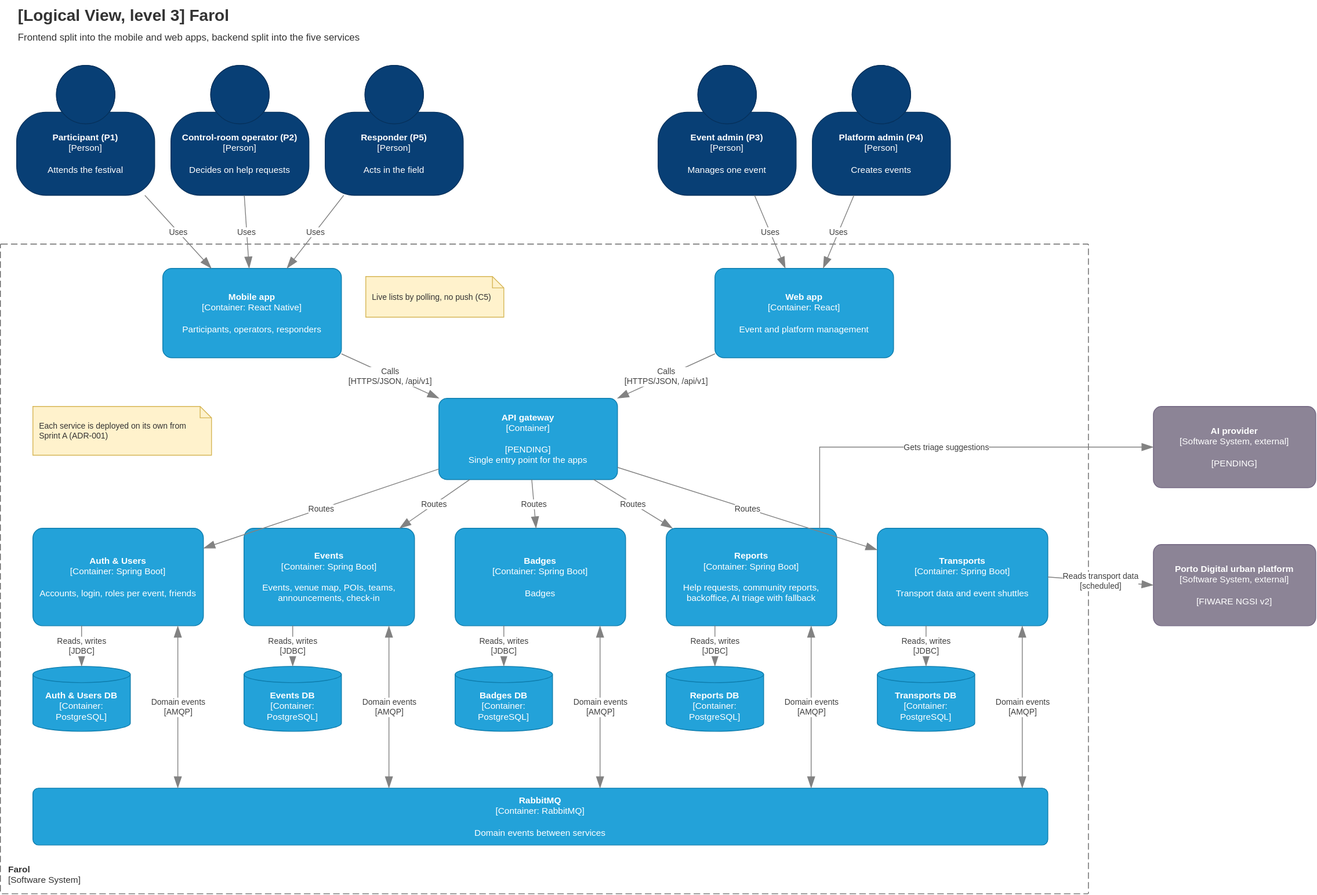
Earlier version of the draw.io export Docs/Technical/diagrams/logical-view-level-3.drawio.svg (tomasoliveira21/LABDSOF). Source tidied: cells renumbered, new cells last; positions are measured from the earlier drawing's top-left corner, leaving out a move shared by most shapes.
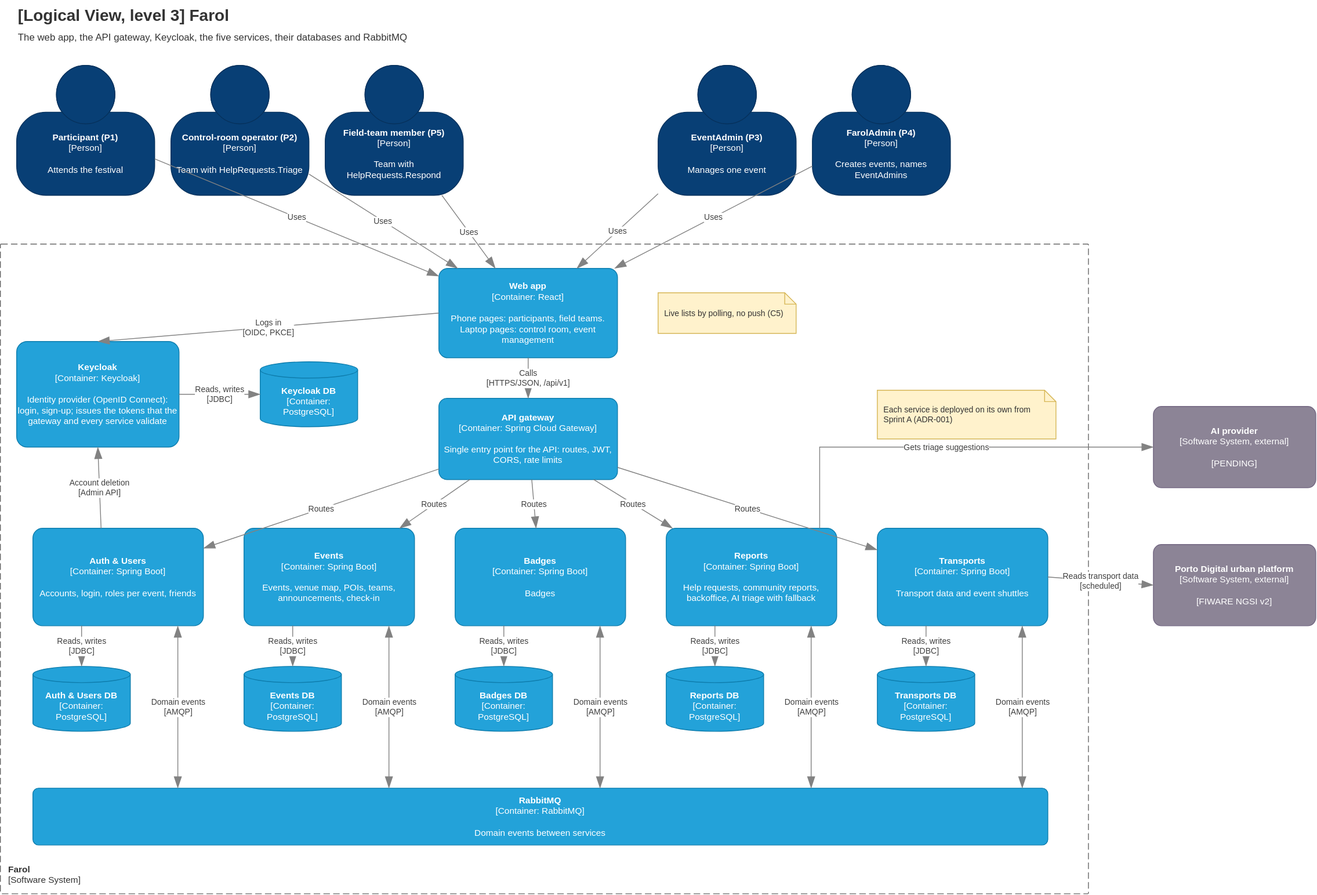
The same diagram one commit later.

The edit, as a diff of the source:
```diff
@@ -2,34 +2,31 @@
   <root>
     <mxCell id="0" />
     <mxCell id="1" parent="0" />
-    <mxCell id="2" value="&lt;b&gt;[Logical View, level 3] Farol&lt;/b&gt;&lt;br&gt;&lt;font style=&quot;font-size:12px&quot;&gt;Frontend split into the mobile and web apps, backend split into the five services&lt;/font&gt;" style="text;html=1;align=left;verticalAlign=top;fontSize=20;fontColor=#333333;" parent="1" vertex="1">
+    <mxCell id="2" value="&lt;b&gt;[Logical View, level 3] Farol&lt;/b&gt;&lt;br&gt;&lt;font style=&quot;font-size:12px&quot;&gt;The web app, the API gateway, Keycloak, the five services, their databases and RabbitMQ&lt;/font&gt;" style="text;html=1;align=left;verticalAlign=top;fontSize=20;fontColor=#333333;" parent="1" vertex="1">
       <mxGeometry x="20" width="1000" height="60" as="geometry" />
     </mxCell>
     <mxCell id="3" value="&lt;b&gt;Participant (P1)&lt;/b&gt;&lt;div&gt;[Person]&lt;/div&gt;&lt;br&gt;&lt;div&gt;Attends the festival&lt;/div&gt;" style="html=1;fontSize=11;whiteSpace=wrap;fillColor=#083F75;strokeColor=#06315C;fontColor=#ffffff;shape=mxgraph.c4.person2;align=center;" parent="1" vertex="1">
       <mxGeometry x="20" y="80" width="170" height="160" as="geometry" />
     </mxCell>
-    <mxCell id="4" value="&lt;b&gt;Control-room operator (P2)&lt;/b&gt;&lt;div&gt;[Person]&lt;/div&gt;&lt;br&gt;&lt;div&gt;Decides on help requests&lt;/div&gt;" style="html=1;fontSize=11;whiteSpace=wrap;fillColor=#083F75;strokeColor=#06315C;fontColor=#ffffff;shape=mxgraph.c4.person2;align=center;" parent="1" vertex="1">
+    <mxCell id="4" value="&lt;b&gt;Control-room operator (P2)&lt;/b&gt;&lt;div&gt;[Person]&lt;/div&gt;&lt;br&gt;&lt;div&gt;Team with HelpRequests.Triage&lt;/div&gt;" style="html=1;fontSize=11;whiteSpace=wrap;fillColor=#083F75;strokeColor=#06315C;fontColor=#ffffff;shape=mxgraph.c4.person2;align=center;" parent="1" vertex="1">
       <mxGeometry x="210" y="80" width="170" height="160" as="geometry" />
     </mxCell>
-    <mxCell id="5" value="&lt;b&gt;Responder (P5)&lt;/b&gt;&lt;div&gt;[Person]&lt;/div&gt;&lt;br&gt;&lt;div&gt;Acts in the field&lt;/div&gt;" style="html=1;fontSize=11;whiteSpace=wrap;fillColor=#083F75;strokeColor=#06315C;fontColor=#ffffff;shape=mxgraph.c4.person2;align=center;" parent="1" vertex="1">
+    <mxCell id="5" value="&lt;b&gt;Field-team member (P5)&lt;/b&gt;&lt;div&gt;[Person]&lt;/div&gt;&lt;br&gt;&lt;div&gt;Team with HelpRequests.Respond&lt;/div&gt;" style="html=1;fontSize=11;whiteSpace=wrap;fillColor=#083F75;strokeColor=#06315C;fontColor=#ffffff;shape=mxgraph.c4.person2;align=center;" parent="1" vertex="1">
       <mxGeometry x="400" y="80" width="170" height="160" as="geometry" />
     </mxCell>
-    <mxCell id="6" value="&lt;b&gt;Event admin (P3)&lt;/b&gt;&lt;div&gt;[Person]&lt;/div&gt;&lt;br&gt;&lt;div&gt;Manages one event&lt;/div&gt;" style="html=1;fontSize=11;whiteSpace=wrap;fillColor=#083F75;strokeColor=#06315C;fontColor=#ffffff;shape=mxgraph.c4.person2;align=center;" parent="1" vertex="1">
+    <mxCell id="6" value="&lt;b&gt;EventAdmin (P3)&lt;/b&gt;&lt;div&gt;[Person]&lt;/div&gt;&lt;br&gt;&lt;div&gt;Manages one event&lt;/div&gt;" style="html=1;fontSize=11;whiteSpace=wrap;fillColor=#083F75;strokeColor=#06315C;fontColor=#ffffff;shape=mxgraph.c4.person2;align=center;" parent="1" vertex="1">
       <mxGeometry x="810" y="80" width="170" height="160" as="geometry" />
     </mxCell>
-    <mxCell id="7" value="&lt;b&gt;Platform admin (P4)&lt;/b&gt;&lt;div&gt;[Person]&lt;/div&gt;&lt;br&gt;&lt;div&gt;Creates events&lt;/div&gt;" style="html=1;fontSize=11;whiteSpace=wrap;fillColor=#083F75;strokeColor=#06315C;fontColor=#ffffff;shape=mxgraph.c4.person2;align=center;" parent="1" vertex="1">
+    <mxCell id="7" value="&lt;b&gt;FarolAdmin (P4)&lt;/b&gt;&lt;div&gt;[Person]&lt;/div&gt;&lt;br&gt;&lt;div&gt;Creates events, names EventAdmins&lt;/div&gt;" style="html=1;fontSize=11;whiteSpace=wrap;fillColor=#083F75;strokeColor=#06315C;fontColor=#ffffff;shape=mxgraph.c4.person2;align=center;" parent="1" vertex="1">
       <mxGeometry x="1000" y="80" width="170" height="160" as="geometry" />
     </mxCell>
     <mxCell id="8" value="&lt;b&gt;Farol&lt;/b&gt;&lt;br&gt;[Software System]" style="rounded=1;arcSize=2;absoluteArcSize=1;whiteSpace=wrap;html=1;dashed=1;dashPattern=8 4;fillColor=none;strokeColor=#666666;fontColor=#333333;align=left;verticalAlign=bottom;spacing=10;fontSize=11;" parent="1" vertex="1">
       <mxGeometry y="300" width="1340" height="800" as="geometry" />
     </mxCell>
-    <mxCell id="9" value="&lt;b&gt;Mobile app&lt;/b&gt;&lt;div&gt;[Container: React Native]&lt;/div&gt;&lt;br&gt;&lt;div&gt;Participants, operators, responders&lt;/div&gt;" style="rounded=1;whiteSpace=wrap;html=1;fillColor=#23A2D9;fontColor=#ffffff;arcSize=10;strokeColor=#0E7DAD;fontSize=11;" parent="1" vertex="1">
-      <mxGeometry x="200" y="330" width="220" height="110" as="geometry" />
-    </mxCell>
-    <mxCell id="10" value="&lt;b&gt;Web app&lt;/b&gt;&lt;div&gt;[Container: React]&lt;/div&gt;&lt;br&gt;&lt;div&gt;Event and platform management&lt;/div&gt;" style="rounded=1;whiteSpace=wrap;html=1;fillColor=#23A2D9;fontColor=#ffffff;arcSize=10;strokeColor=#0E7DAD;fontSize=11;" parent="1" vertex="1">
-      <mxGeometry x="880" y="330" width="220" height="110" as="geometry" />
+    <mxCell id="10" value="&lt;b&gt;Web app&lt;/b&gt;&lt;div&gt;[Container: React]&lt;/div&gt;&lt;br&gt;&lt;div&gt;Phone pages: participants, field teams. Laptop pages: control room, event management&lt;/div&gt;" style="rounded=1;whiteSpace=wrap;html=1;fillColor=#23A2D9;fontColor=#ffffff;arcSize=10;strokeColor=#0E7DAD;fontSize=11;" parent="1" vertex="1">
+      <mxGeometry x="540" y="330" width="220" height="110" as="geometry" />
     </mxCell>
-    <mxCell id="11" value="&lt;b&gt;API gateway&lt;/b&gt;&lt;div&gt;[Container]&lt;/div&gt;&lt;br&gt;&lt;div&gt;[PENDING]&lt;br&gt;Single entry point for the apps&lt;/div&gt;" style="rounded=1;whiteSpace=wrap;html=1;fillColor=#23A2D9;fontColor=#ffffff;arcSize=10;strokeColor=#0E7DAD;fontSize=11;" parent="1" vertex="1">
+    <mxCell id="11" value="&lt;b&gt;API gateway&lt;/b&gt;&lt;div&gt;[Container: Spring Cloud Gateway]&lt;/div&gt;&lt;br&gt;&lt;div&gt;Single entry point for the API: routes, JWT, CORS, rate limits&lt;/div&gt;" style="rounded=1;whiteSpace=wrap;html=1;fillColor=#23A2D9;fontColor=#ffffff;arcSize=10;strokeColor=#0E7DAD;fontSize=11;" parent="1" vertex="1">
       <mxGeometry x="540" y="490" width="220" height="100" as="geometry" />
     </mxCell>
     <mxCell id="12" value="&lt;b&gt;Auth &amp;amp; Users&lt;/b&gt;&lt;div&gt;[Container: Spring Boot]&lt;/div&gt;&lt;br&gt;&lt;div&gt;Accounts, login, roles per event, friends&lt;/div&gt;" style="rounded=1;whiteSpace=wrap;html=1;fillColor=#23A2D9;fontColor=#ffffff;arcSize=10;strokeColor=#0E7DAD;fontSize=11;" parent="1" vertex="1">
@@ -71,24 +68,12 @@
     <mxCell id="24" value="&lt;b&gt;Porto Digital urban platform&lt;/b&gt;&lt;div&gt;[Software System, external]&lt;/div&gt;&lt;br&gt;&lt;div&gt;[FIWARE NGSI v2]&lt;/div&gt;" style="rounded=1;whiteSpace=wrap;html=1;fillColor=#8C8496;fontColor=#ffffff;arcSize=10;strokeColor=#736782;fontSize=11;" parent="1" vertex="1">
       <mxGeometry x="1420" y="670" width="200" height="100" as="geometry" />
     </mxCell>
-    <mxCell id="25" value="Uses" style="endArrow=blockThin;html=1;fontSize=10;fontColor=#404040;endFill=1;strokeColor=#828282;endSize=12;rounded=0;labelBackgroundColor=#ffffff;" parent="1" edge="1" source="3" target="9">
-      <mxGeometry relative="1" as="geometry" />
-    </mxCell>
-    <mxCell id="26" value="Uses" style="endArrow=blockThin;html=1;fontSize=10;fontColor=#404040;endFill=1;strokeColor=#828282;endSize=12;rounded=0;labelBackgroundColor=#ffffff;" parent="1" edge="1" source="4" target="9">
-      <mxGeometry relative="1" as="geometry" />
-    </mxCell>
-    <mxCell id="27" value="Uses" style="endArrow=blockThin;html=1;fontSize=10;fontColor=#404040;endFill=1;strokeColor=#828282;endSize=12;rounded=0;labelBackgroundColor=#ffffff;" parent="1" edge="1" source="5" target="9">
-      <mxGeometry relative="1" as="geometry" />
-    </mxCell>
     <mxCell id="28" value="Uses" style="endArrow=blockThin;html=1;fontSize=10;fontColor=#404040;endFill=1;strokeColor=#828282;endSize=12;rounded=0;labelBackgroundColor=#ffffff;" parent="1" edge="1" source="6" target="10">
       <mxGeometry relative="1" as="geometry" />
     </mxCell>
     <mxCell id="29" value="Uses" style="endArrow=blockThin;html=1;fontSize=10;fontColor=#404040;endFill=1;strokeColor=#828282;endSize=12;rounded=0;labelBackgroundColor=#ffffff;" parent="1" edge="1" source="7" target="10">
       <mxGeometry relative="1" as="geometry" />
     </mxCell>
-    <mxCell id="30" value="Calls&lt;br&gt;[HTTPS/JSON, /api/v1]" style="endArrow=blockThin;html=1;fontSize=10;fontColor=#404040;endFill=1;strokeColor=#828282;endSize=12;rounded=0;labelBackgroundColor=#ffffff;" parent="1" edge="1" source="9" target="11">
-      <mxGeometry relative="1" as="geometry" />
-    </mxCell>
     <mxCell id="31" value="Calls&lt;br&gt;[HTTPS/JSON, /api/v1]" style="endArrow=blockThin;html=1;fontSize=10;fontColor=#404040;endFill=1;strokeColor=#828282;endSize=12;rounded=0;labelBackgroundColor=#ffffff;" parent="1" edge="1" source="10" target="11">
       <mxGeometry relative="1" as="geometry" />
     </mxCell>
@@ -144,10 +129,34 @@
       <mxGeometry relative="1" as="geometry" />
     </mxCell>
     <mxCell id="49" value="Live lists by polling, no push (C5)" style="shape=note;size=14;whiteSpace=wrap;html=1;fillColor=#fff2cc;strokeColor=#d6b656;fontColor=#333333;align=left;spacing=8;fontSize=10;" parent="1" vertex="1">
-      <mxGeometry x="450" y="340" width="170" height="50" as="geometry" />
+      <mxGeometry x="810" y="360" width="170" height="50" as="geometry" />
     </mxCell>
     <mxCell id="50" value="Each service is deployed on its own from Sprint A (ADR-001)" style="shape=note;size=14;whiteSpace=wrap;html=1;fillColor=#fff2cc;strokeColor=#d6b656;fontColor=#333333;align=left;spacing=8;fontSize=10;" parent="1" vertex="1">
-      <mxGeometry x="40" y="500" width="220" height="60" as="geometry" />
+      <mxGeometry x="1080" y="480" width="220" height="60" as="geometry" />
     </mxCell>
+    <mxCell id="25" value="Uses" style="endArrow=blockThin;html=1;fontSize=10;fontColor=#404040;endFill=1;strokeColor=#828282;endSize=12;rounded=0;labelBackgroundColor=#ffffff;" parent="1" edge="1" source="3" target="10">
+      <mxGeometry relative="1" as="geometry" />
+    </mxCell>
+    <mxCell id="26" value="Uses" style="endArrow=blockThin;html=1;fontSize=10;fontColor=#404040;endFill=1;strokeColor=#828282;endSize=12;rounded=0;labelBackgroundColor=#ffffff;" parent="1" edge="1" source="4" target="10">
+      <mxGeometry relative="1" as="geometry" />
+    </mxCell>
+    <mxCell id="27" value="Uses" style="endArrow=blockThin;html=1;fontSize=10;fontColor=#404040;endFill=1;strokeColor=#828282;endSize=12;rounded=0;labelBackgroundColor=#ffffff;" parent="1" edge="1" source="5" target="10">
+      <mxGeometry relative="1" as="geometry" />
+    </mxCell>
+    <mxCell id="51" value="&lt;b&gt;Keycloak&lt;/b&gt;&lt;div&gt;[Container: Keycloak]&lt;/div&gt;&lt;br&gt;&lt;div&gt;Identity provider (OpenID Connect): login, sign-up; issues the tokens that the gateway and every service validate&lt;/div&gt;" style="rounded=1;whiteSpace=wrap;html=1;fillColor=#23A2D9;fontColor=#ffffff;arcSize=10;strokeColor=#0E7DAD;fontSize=11;" parent="1" vertex="1">
+      <mxGeometry x="20" y="420" width="200" height="130" as="geometry" />
+    </mxCell>
+    <mxCell id="52" value="&lt;b&gt;Keycloak DB&lt;/b&gt;&lt;br&gt;[Container: PostgreSQL]" style="shape=cylinder3;size=10;boundedLbl=1;whiteSpace=wrap;html=1;fillColor=#23A2D9;fontColor=#ffffff;strokeColor=#0E7DAD;fontSize=11;" parent="1" vertex="1">
+      <mxGeometry x="320" y="445" width="120" height="80" as="geometry" />
+    </mxCell>
+    <mxCell id="53" value="Logs in&lt;br&gt;[OIDC, PKCE]" style="endArrow=blockThin;html=1;fontSize=10;fontColor=#404040;endFill=1;strokeColor=#828282;endSize=12;rounded=0;labelBackgroundColor=#ffffff;exitX=0;exitY=0.5;exitDx=0;exitDy=0;entryX=0.5;entryY=0;entryDx=0;entryDy=0;" parent="1" edge="1" source="10" target="51">
+      <mxGeometry relative="1" as="geometry" />
+    </mxCell>
+    <mxCell id="54" value="Reads, writes&lt;br&gt;[JDBC]" style="endArrow=blockThin;html=1;fontSize=10;fontColor=#404040;endFill=1;strokeColor=#828282;endSize=12;rounded=0;labelBackgroundColor=#ffffff;" parent="1" edge="1" source="51" target="52">
+      <mxGeometry relative="1" as="geometry" />
+    </mxCell>
+    <mxCell id="55" value="Account deletion&lt;br&gt;[Admin API]" style="endArrow=blockThin;html=1;fontSize=10;fontColor=#404040;endFill=1;strokeColor=#828282;endSize=12;rounded=0;labelBackgroundColor=#ffffff;exitX=0.4;exitY=0;exitDx=0;exitDy=0;entryX=0.5;entryY=1;entryDx=0;entryDy=0;" parent="1" edge="1" source="12" target="51">
+      <mxGeometry relative="1" as="geometry" />
+    </mxCell>
   </root>
 </mxGraphModel>
```
